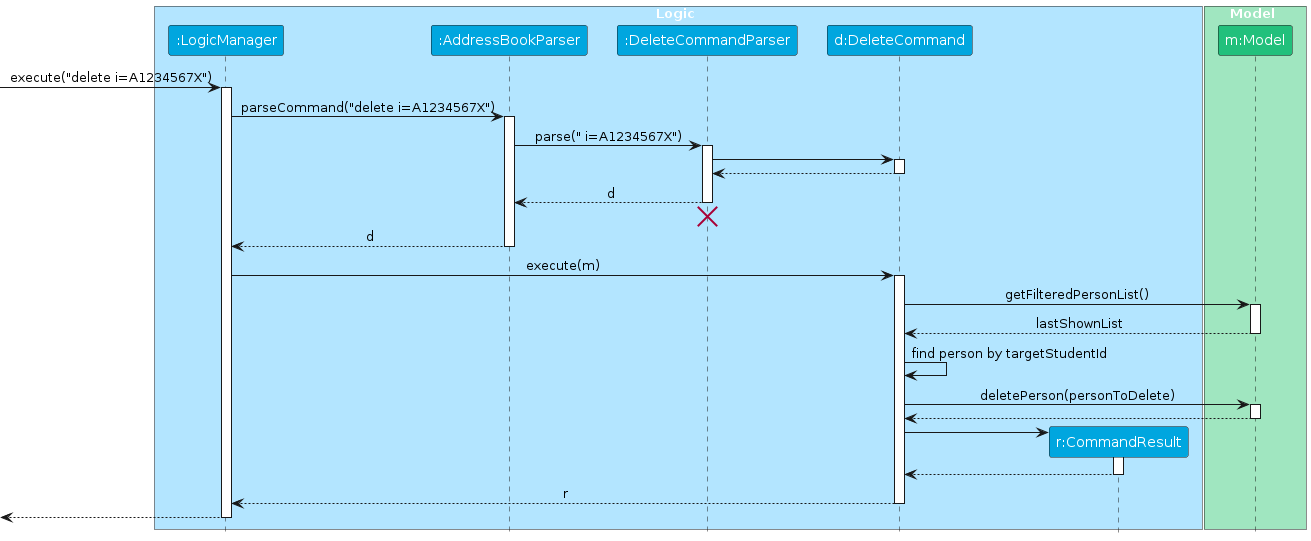
AY2526S2-CS2103T-T15-1/tp keeps this PlantUML diagram as diagrams/DeleteSequenceDiagram.png. Above is the earlier version. Its source is kept beside it as diagrams/DeleteSequenceDiagram.puml.
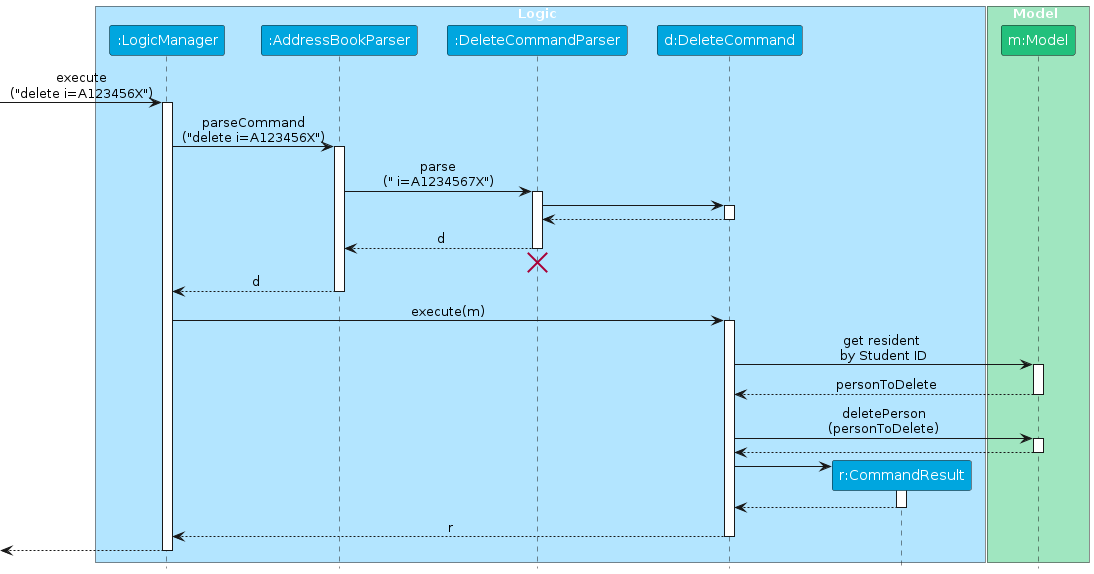
The same file after the commit.

Diff of the diagram source:
```diff
@@ -18,13 +18,13 @@
 participant "m:Model" as Model MODEL_COLOR
 end box
 
-[-> LogicManager : execute("delete i=A1234567X")
+[-> LogicManager : execute\n("delete i=A123456X")
 activate LogicManager
 
-LogicManager -> AddressBookParser : parseCommand("delete i=A1234567X")
+LogicManager -> AddressBookParser : parseCommand\n("delete i=A123456X")
 activate AddressBookParser
 
-AddressBookParser -> DeleteCommandParser : parse(" i=A1234567X")
+AddressBookParser -> DeleteCommandParser : parse\n(" i=A1234567X")
 activate DeleteCommandParser
 
 DeleteCommandParser -> DeleteCommand
@@ -44,14 +44,12 @@
 LogicManager -> DeleteCommand : execute(m)
 activate DeleteCommand
 
-DeleteCommand -> Model : getFilteredPersonList()
+DeleteCommand -> Model : get resident \nby Student ID
 activate Model
-Model --> DeleteCommand : lastShownList
+Model --> DeleteCommand : personToDelete
 deactivate Model
 
-DeleteCommand -> DeleteCommand : find person by targetStudentId
-
-DeleteCommand -> Model : deletePerson(personToDelete)
+DeleteCommand -> Model : deletePerson\n(personToDelete)
 activate Model
 
 Model --> DeleteCommand
```
